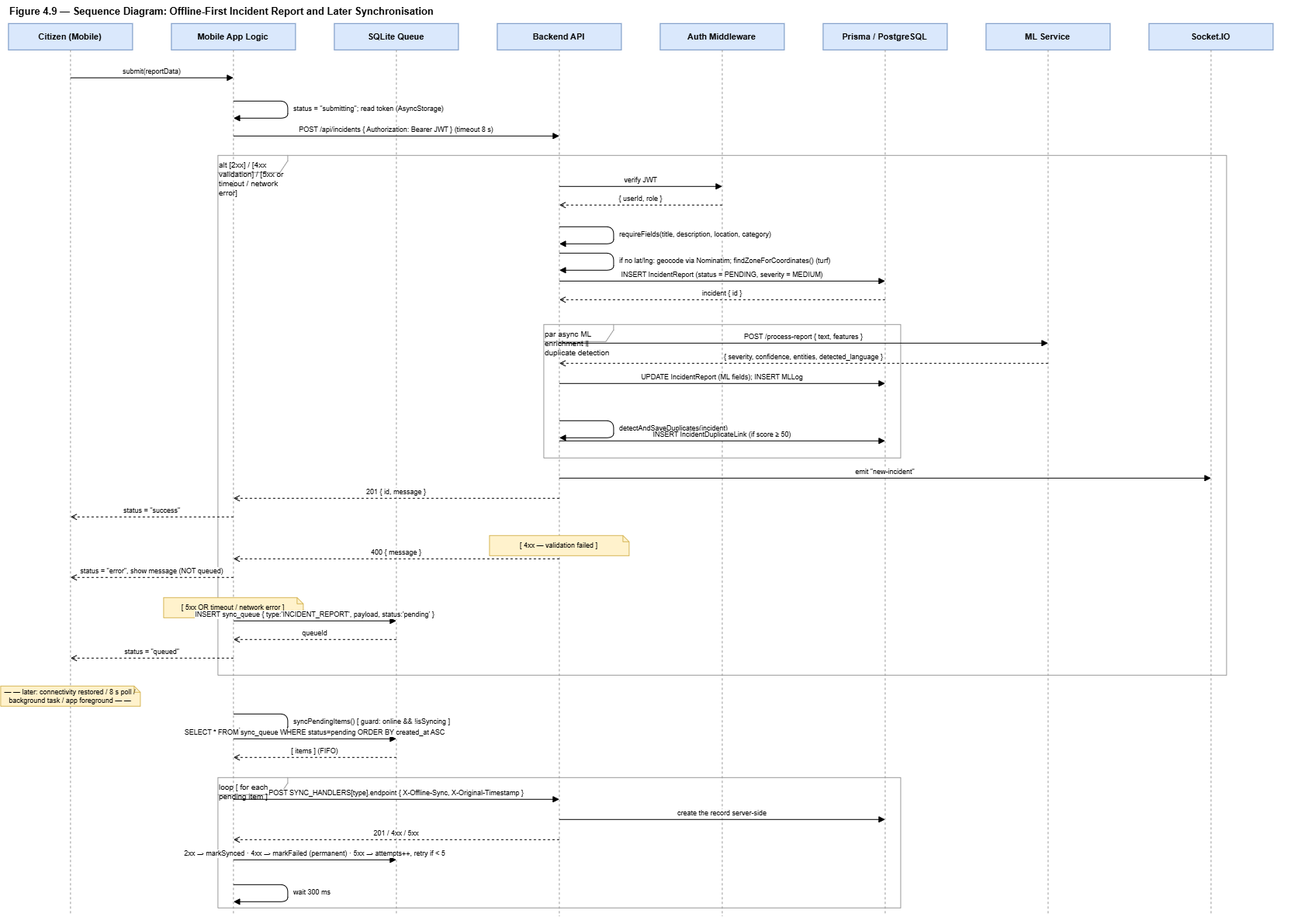
Before: research-report-source/diagrams/pngs/Figure_4.9_Sequence_Offline_First_Incident_Report.drawio.png, a diagram exported from draw.io (DeshanDV1003/Suraksha---Web-App). Source tidied: cells renumbered, new cells last; positions are measured from the earlier drawing's top-left corner, leaving out a move shared by most shapes.
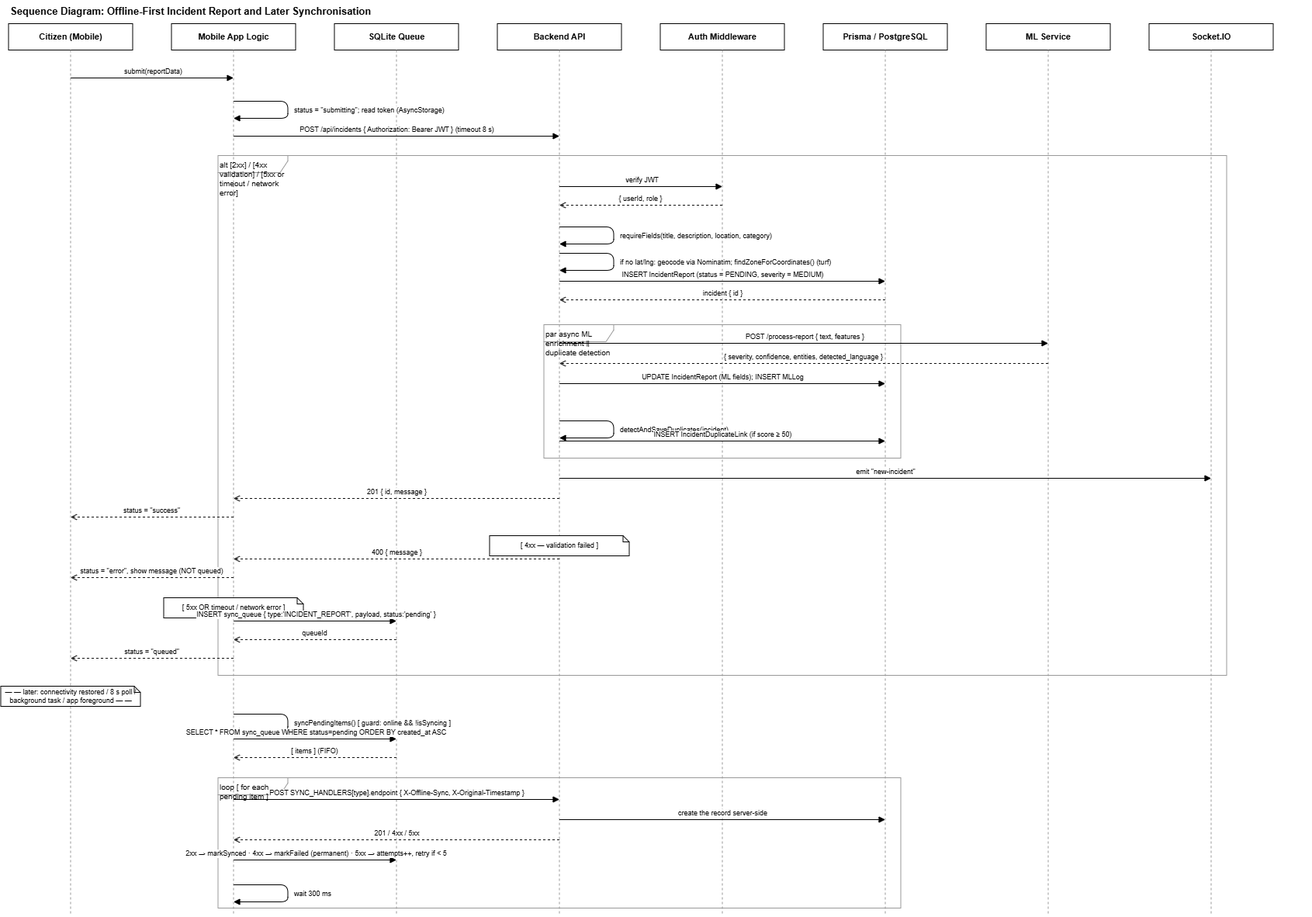
The same diagram one commit later.

Diff of the diagram source:
```diff
@@ -2,10 +2,10 @@
   <root>
     <mxCell id="0" />
     <mxCell id="1" parent="0" />
-    <mxCell id="2" value="Figure 4.9 — Sequence Diagram: Offline-First Incident Report and Later Synchronisation" style="text;html=1;fontStyle=1;fontSize=13;align=left;" parent="1" vertex="1">
+    <mxCell id="2" value="Sequence Diagram: Offline-First Incident Report and Later Synchronisation" style="text;html=1;fontStyle=1;fontSize=13;align=left;" parent="1" vertex="1">
       <mxGeometry x="10" width="1680" height="24" as="geometry" />
     </mxCell>
-    <mxCell id="3" value="Citizen (Mobile)" style="rounded=0;whiteSpace=wrap;html=1;fillColor=#dae8fc;strokeColor=#6c8ebf;fontStyle=1;fontSize=11;" parent="1" vertex="1">
+    <mxCell id="3" value="Citizen (Mobile)" style="rounded=0;whiteSpace=wrap;html=1;fontStyle=1;fontSize=11;" parent="1" vertex="1">
       <mxGeometry x="10" y="30" width="160" height="34" as="geometry" />
     </mxCell>
     <mxCell id="4" style="endArrow=none;dashed=1;html=1;strokeColor=#999999;" parent="1" edge="1">
@@ -14,7 +14,7 @@
         <mxPoint x="90" y="1180" as="targetPoint" />
       </mxGeometry>
     </mxCell>
-    <mxCell id="5" value="Mobile App Logic" style="rounded=0;whiteSpace=wrap;html=1;fillColor=#dae8fc;strokeColor=#6c8ebf;fontStyle=1;fontSize=11;" parent="1" vertex="1">
+    <mxCell id="5" value="Mobile App Logic" style="rounded=0;whiteSpace=wrap;html=1;fontStyle=1;fontSize=11;" parent="1" vertex="1">
       <mxGeometry x="220" y="30" width="160" height="34" as="geometry" />
     </mxCell>
     <mxCell id="6" style="endArrow=none;dashed=1;html=1;strokeColor=#999999;" parent="1" edge="1">
@@ -23,7 +23,7 @@
         <mxPoint x="300" y="1180" as="targetPoint" />
       </mxGeometry>
     </mxCell>
-    <mxCell id="7" value="SQLite Queue" style="rounded=0;whiteSpace=wrap;html=1;fillColor=#dae8fc;strokeColor=#6c8ebf;fontStyle=1;fontSize=11;" parent="1" vertex="1">
+    <mxCell id="7" value="SQLite Queue" style="rounded=0;whiteSpace=wrap;html=1;fontStyle=1;fontSize=11;" parent="1" vertex="1">
       <mxGeometry x="430" y="30" width="160" height="34" as="geometry" />
     </mxCell>
     <mxCell id="8" style="endArrow=none;dashed=1;html=1;strokeColor=#999999;" parent="1" edge="1">
@@ -32,7 +32,7 @@
         <mxPoint x="510" y="1180" as="targetPoint" />
       </mxGeometry>
     </mxCell>
-    <mxCell id="9" value="Backend API" style="rounded=0;whiteSpace=wrap;html=1;fillColor=#dae8fc;strokeColor=#6c8ebf;fontStyle=1;fontSize=11;" parent="1" vertex="1">
+    <mxCell id="9" value="Backend API" style="rounded=0;whiteSpace=wrap;html=1;fontStyle=1;fontSize=11;" parent="1" vertex="1">
       <mxGeometry x="640" y="30" width="160" height="34" as="geometry" />
     </mxCell>
     <mxCell id="10" style="endArrow=none;dashed=1;html=1;strokeColor=#999999;" parent="1" edge="1">
@@ -41,7 +41,7 @@
         <mxPoint x="720" y="1180" as="targetPoint" />
       </mxGeometry>
     </mxCell>
-    <mxCell id="11" value="Auth Middleware" style="rounded=0;whiteSpace=wrap;html=1;fillColor=#dae8fc;strokeColor=#6c8ebf;fontStyle=1;fontSize=11;" parent="1" vertex="1">
+    <mxCell id="11" value="Auth Middleware" style="rounded=0;whiteSpace=wrap;html=1;fontStyle=1;fontSize=11;" parent="1" vertex="1">
       <mxGeometry x="850" y="30" width="160" height="34" as="geometry" />
     </mxCell>
     <mxCell id="12" style="endArrow=none;dashed=1;html=1;strokeColor=#999999;" parent="1" edge="1">
@@ -50,7 +50,7 @@
         <mxPoint x="930" y="1180" as="targetPoint" />
       </mxGeometry>
     </mxCell>
-    <mxCell id="13" value="Prisma / PostgreSQL" style="rounded=0;whiteSpace=wrap;html=1;fillColor=#dae8fc;strokeColor=#6c8ebf;fontStyle=1;fontSize=11;" parent="1" vertex="1">
+    <mxCell id="13" value="Prisma / PostgreSQL" style="rounded=0;whiteSpace=wrap;html=1;fontStyle=1;fontSize=11;" parent="1" vertex="1">
       <mxGeometry x="1060" y="30" width="160" height="34" as="geometry" />
     </mxCell>
     <mxCell id="14" style="endArrow=none;dashed=1;html=1;strokeColor=#999999;" parent="1" edge="1">
@@ -59,7 +59,7 @@
         <mxPoint x="1140" y="1180" as="targetPoint" />
       </mxGeometry>
     </mxCell>
-    <mxCell id="15" value="ML Service" style="rounded=0;whiteSpace=wrap;html=1;fillColor=#dae8fc;strokeColor=#6c8ebf;fontStyle=1;fontSize=11;" parent="1" vertex="1">
+    <mxCell id="15" value="ML Service" style="rounded=0;whiteSpace=wrap;html=1;fontStyle=1;fontSize=11;" parent="1" vertex="1">
       <mxGeometry x="1270" y="30" width="160" height="34" as="geometry" />
     </mxCell>
     <mxCell id="16" style="endArrow=none;dashed=1;html=1;strokeColor=#999999;" parent="1" edge="1">
@@ -68,7 +68,7 @@
         <mxPoint x="1350" y="1180" as="targetPoint" />
       </mxGeometry>
     </mxCell>
-    <mxCell id="17" value="Socket.IO" style="rounded=0;whiteSpace=wrap;html=1;fillColor=#dae8fc;strokeColor=#6c8ebf;fontStyle=1;fontSize=11;" parent="1" vertex="1">
+    <mxCell id="17" value="Socket.IO" style="rounded=0;whiteSpace=wrap;html=1;fontStyle=1;fontSize=11;" parent="1" vertex="1">
       <mxGeometry x="1480" y="30" width="160" height="34" as="geometry" />
     </mxCell>
     <mxCell id="18" style="endArrow=none;dashed=1;html=1;strokeColor=#999999;" parent="1" edge="1">
@@ -204,7 +204,7 @@
         <mxPoint x="90" y="666" as="targetPoint" />
       </mxGeometry>
     </mxCell>
-    <mxCell id="39" value="[ 4xx — validation failed ]" style="shape=note;whiteSpace=wrap;html=1;fillColor=#fff2cc;strokeColor=#d6b656;fontSize=9;size=8;" parent="1" vertex="1">
+    <mxCell id="39" value="[ 4xx — validation failed ]" style="shape=note;whiteSpace=wrap;html=1;fontSize=9;size=8;" parent="1" vertex="1">
       <mxGeometry x="630" y="690" width="180" height="26" as="geometry" />
     </mxCell>
     <mxCell id="40" value="400 { message }" style="endArrow=open;dashed=1;html=1;fontSize=9;align=center;verticalAlign=bottom;" parent="1" edge="1">
@@ -219,7 +219,7 @@
         <mxPoint x="90" y="744" as="targetPoint" />
       </mxGeometry>
     </mxCell>
-    <mxCell id="42" value="[ 5xx OR timeout / network error ]" style="shape=note;whiteSpace=wrap;html=1;fillColor=#fff2cc;strokeColor=#d6b656;fontSize=9;size=8;" parent="1" vertex="1">
+    <mxCell id="42" value="[ 5xx OR timeout / network error ]" style="shape=note;whiteSpace=wrap;html=1;fontSize=9;size=8;" parent="1" vertex="1">
       <mxGeometry x="210" y="770" width="180" height="26" as="geometry" />
     </mxCell>
     <mxCell id="43" value="INSERT sync_queue { type:'INCIDENT_REPORT', payload, status:'pending' }" style="endArrow=block;html=1;fontSize=9;align=center;verticalAlign=bottom;" parent="1" edge="1">
@@ -240,7 +240,7 @@
         <mxPoint x="90" y="848" as="targetPoint" />
       </mxGeometry>
     </mxCell>
-    <mxCell id="46" value="— — later: connectivity restored / 8 s poll / background task / app foreground — —" style="shape=note;whiteSpace=wrap;html=1;fillColor=#fff2cc;strokeColor=#d6b656;fontSize=9;size=8;" parent="1" vertex="1">
+    <mxCell id="46" value="— — later: connectivity restored / 8 s poll / background task / app foreground — —" style="shape=note;whiteSpace=wrap;html=1;fontSize=9;size=8;" parent="1" vertex="1">
       <mxGeometry y="884" width="180" height="26" as="geometry" />
     </mxCell>
     <mxCell id="47" value="syncPendingItems()   [ guard: online &amp;&amp; !isSyncing ]" style="endArrow=block;html=1;fontSize=9;align=left;spacingLeft=6;rounded=1;" parent="1" edge="1">
```
